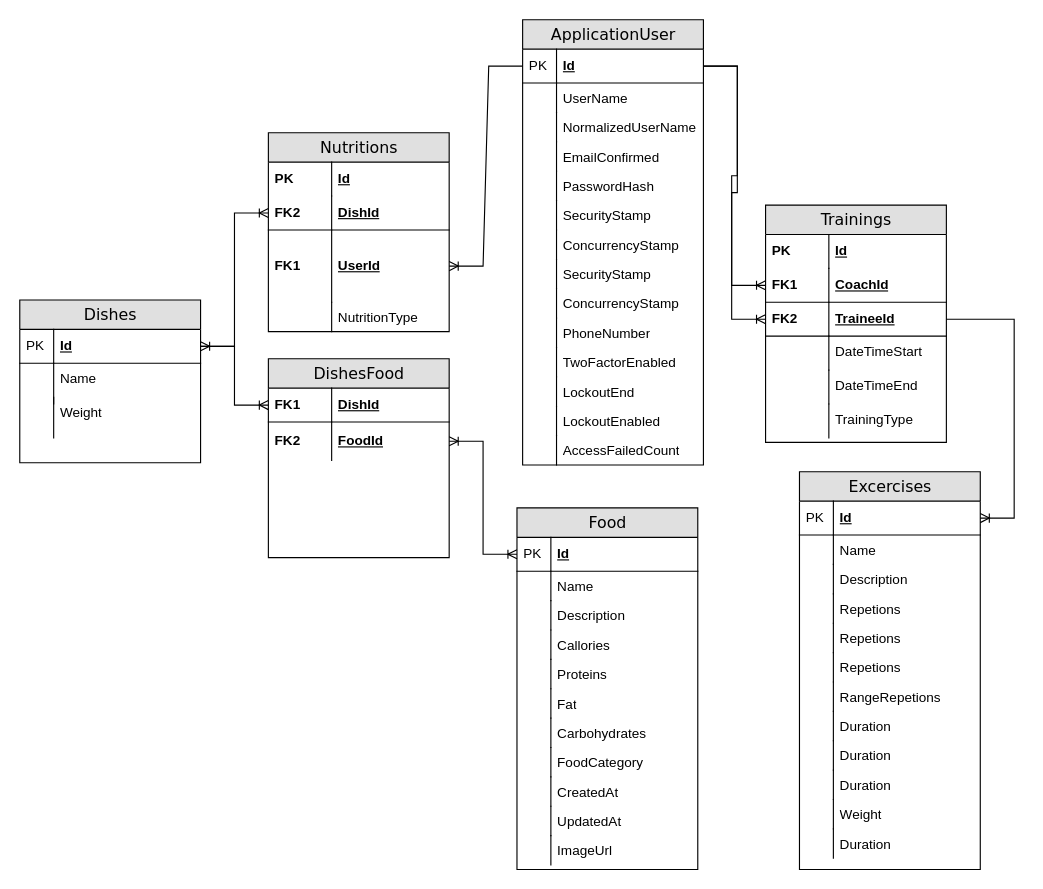
Above: otus.csharp.dev/Диаграмма без названия.drawio in lasm16/Diagrams (draw.io), before the change. Source tidied: cells renumbered, new cells numbered last; positions are measured from the earlier drawing's top-left corner, leaving out a move shared by most shapes. Both pictures are drawn from the tidied source at 113%, with x=0, y=0 at pixel (19, 19).
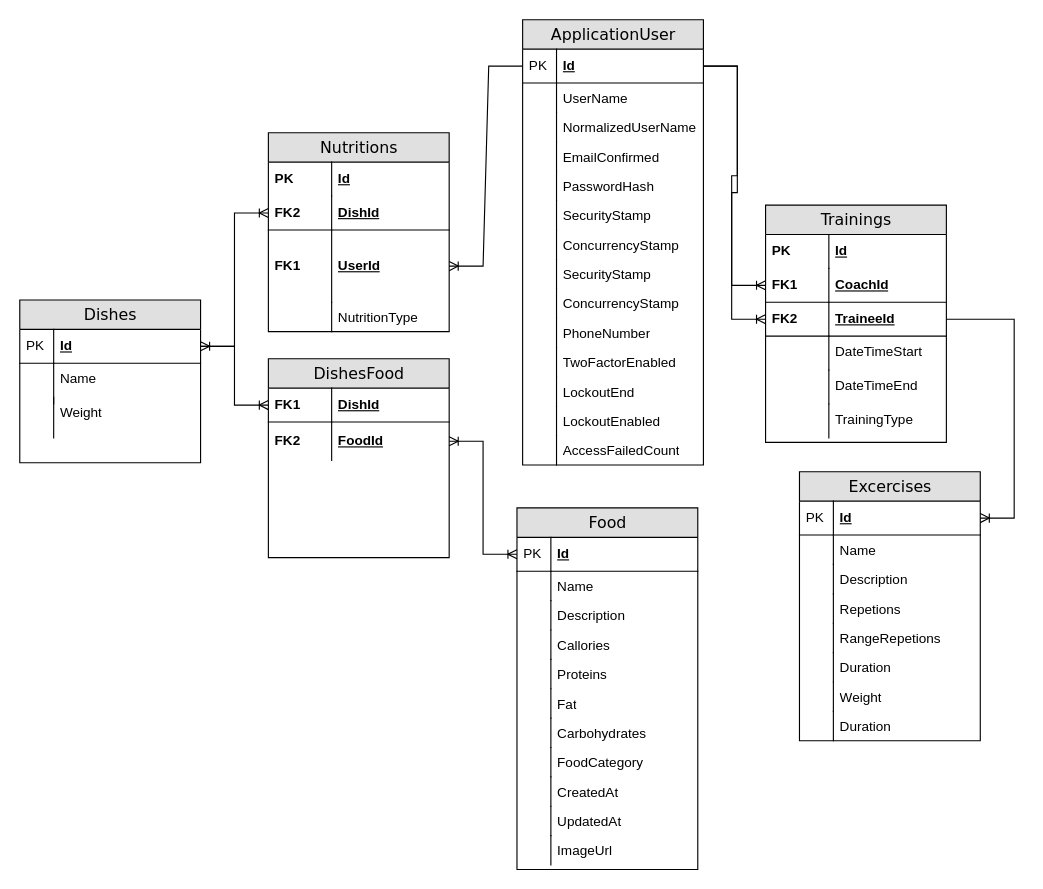
After the change.

Diff of the diagram source:
```diff
@@
     <mxCell id="47" value="Excercises" style="swimlane;html=1;fontStyle=0;horizontal=1;startSize=26;fillColor=#e0e0e0;swimlaneFillColor=#ffffff;align=center;rounded=0;shadow=0;comic=0;labelBackgroundColor=none;strokeWidth=1;fontFamily=Verdana;fontSize=14;swimlaneLine=1;" parent="1" vertex="1">
-      <mxGeometry x="690" y="400" width="160" height="352" as="geometry" />
+      <mxGeometry x="690" y="400" width="160" height="238" as="geometry" />
     </mxCell>
@@
-    <mxCell id="56" value="Repetions" style="shape=partialRectangle;top=0;left=0;right=0;bottom=0;html=1;align=left;verticalAlign=top;fillColor=none;spacingLeft=34;spacingRight=4;whiteSpace=wrap;overflow=hidden;" parent="47" vertex="1">
-      <mxGeometry y="134" width="160" height="26" as="geometry" />
-    </mxCell>
-    <mxCell id="57" style="shape=partialRectangle;top=0;left=0;bottom=0;html=1;fillColor=none;align=left;verticalAlign=top;spacingLeft=4;spacingRight=4;whiteSpace=wrap;overflow=hidden;" parent="56" vertex="1">
-      <mxGeometry width="30" height="26" as="geometry" />
-    </mxCell>
-    <mxCell id="58" value="Repetions" style="shape=partialRectangle;top=0;left=0;right=0;bottom=0;html=1;align=left;verticalAlign=top;fillColor=none;spacingLeft=34;spacingRight=4;whiteSpace=wrap;overflow=hidden;" parent="47" vertex="1">
-      <mxGeometry y="160" width="160" height="26" as="geometry" />
-    </mxCell>
-    <mxCell id="59" style="shape=partialRectangle;top=0;left=0;bottom=0;html=1;fillColor=none;align=left;verticalAlign=top;spacingLeft=4;spacingRight=4;whiteSpace=wrap;overflow=hidden;" parent="58" vertex="1">
-      <mxGeometry width="30" height="26" as="geometry" />
-    </mxCell>
     <mxCell id="60" value="RangeRepetions" style="shape=partialRectangle;top=0;left=0;right=0;bottom=0;html=1;align=left;verticalAlign=top;fillColor=none;spacingLeft=34;spacingRight=4;whiteSpace=wrap;overflow=hidden;" parent="47" vertex="1">
-      <mxGeometry y="186" width="160" height="26" as="geometry" />
+      <mxGeometry y="134" width="160" height="26" as="geometry" />
     </mxCell>
@@
     <mxCell id="62" value="Duration" style="shape=partialRectangle;top=0;left=0;right=0;bottom=0;html=1;align=left;verticalAlign=top;fillColor=none;spacingLeft=34;spacingRight=4;whiteSpace=wrap;overflow=hidden;" parent="47" vertex="1">
-      <mxGeometry y="212" width="160" height="26" as="geometry" />
+      <mxGeometry y="160" width="160" height="26" as="geometry" />
     </mxCell>
@@
-    <mxCell id="64" value="Duration" style="shape=partialRectangle;top=0;left=0;right=0;bottom=0;html=1;align=left;verticalAlign=top;fillColor=none;spacingLeft=34;spacingRight=4;whiteSpace=wrap;overflow=hidden;" parent="47" vertex="1">
-      <mxGeometry y="238" width="160" height="26" as="geometry" />
-    </mxCell>
-    <mxCell id="65" style="shape=partialRectangle;top=0;left=0;bottom=0;html=1;fillColor=none;align=left;verticalAlign=top;spacingLeft=4;spacingRight=4;whiteSpace=wrap;overflow=hidden;" parent="64" vertex="1">
-      <mxGeometry width="30" height="26" as="geometry" />
-    </mxCell>
-    <mxCell id="66" value="Duration" style="shape=partialRectangle;top=0;left=0;right=0;bottom=0;html=1;align=left;verticalAlign=top;fillColor=none;spacingLeft=34;spacingRight=4;whiteSpace=wrap;overflow=hidden;" parent="47" vertex="1">
-      <mxGeometry y="264" width="160" height="26" as="geometry" />
-    </mxCell>
-    <mxCell id="67" style="shape=partialRectangle;top=0;left=0;bottom=0;html=1;fillColor=none;align=left;verticalAlign=top;spacingLeft=4;spacingRight=4;whiteSpace=wrap;overflow=hidden;" parent="66" vertex="1">
-      <mxGeometry width="30" height="26" as="geometry" />
-    </mxCell>
     <mxCell id="68" value="Weight" style="shape=partialRectangle;top=0;left=0;right=0;bottom=0;html=1;align=left;verticalAlign=top;fillColor=none;spacingLeft=34;spacingRight=4;whiteSpace=wrap;overflow=hidden;" parent="47" vertex="1">
-      <mxGeometry y="290" width="160" height="26" as="geometry" />
+      <mxGeometry y="186" width="160" height="26" as="geometry" />
     </mxCell>
@@
     <mxCell id="70" value="Duration" style="shape=partialRectangle;top=0;left=0;right=0;bottom=0;html=1;align=left;verticalAlign=top;fillColor=none;spacingLeft=34;spacingRight=4;whiteSpace=wrap;overflow=hidden;" parent="47" vertex="1">
-      <mxGeometry y="316" width="160" height="26" as="geometry" />
+      <mxGeometry y="212" width="160" height="26" as="geometry" />
     </mxCell>
```
